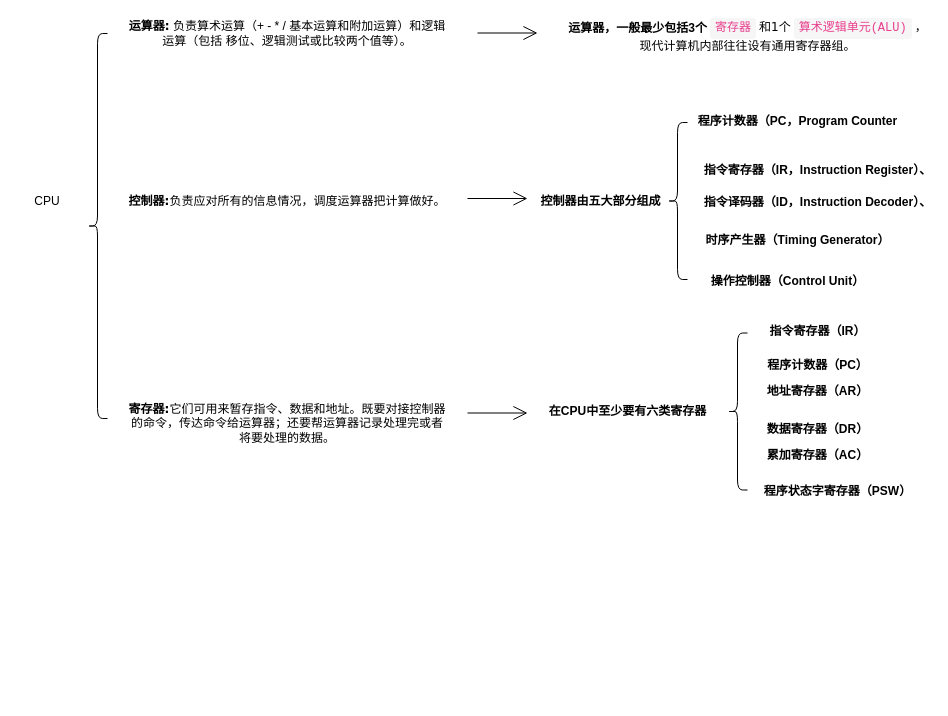
Before: 操作系统/计算机中CPU的组成.drawio in Chaimek/LearnPictures, a draw.io diagram. Source tidied: cells renumbered, new cells numbered last; positions are measured from the earlier drawing's top-left corner, leaving out a move shared by most shapes. Both pictures are drawn from the tidied source at 100%, with x=0, y=0 at pixel (17, 18).
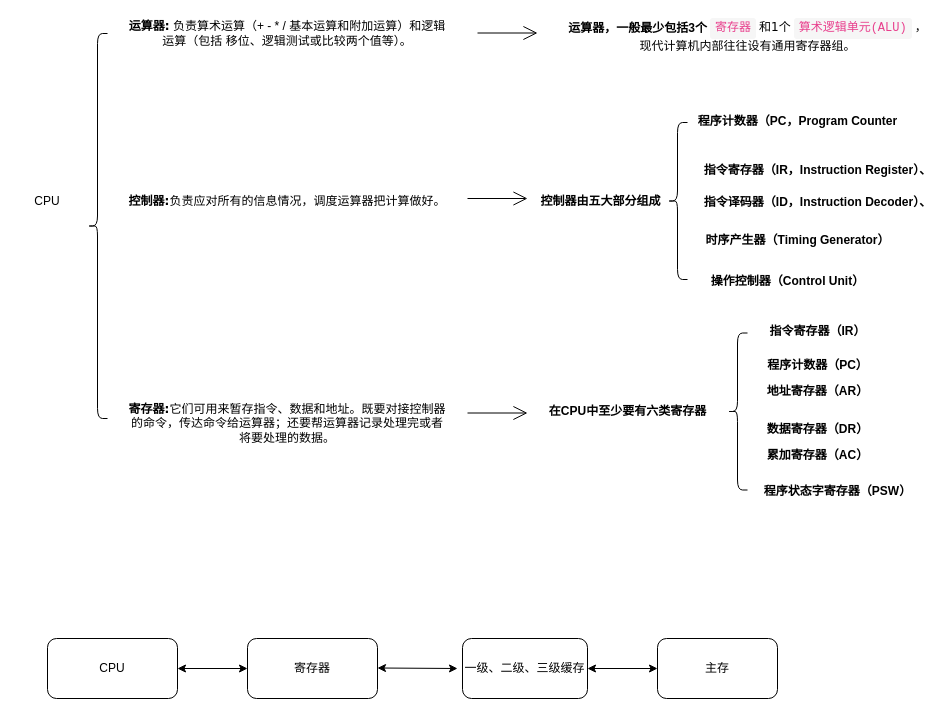
After the change.

Commit message (it also covers changes not shown here):
更新计算机中CPU的组成.drawio

What changed in the source:
```diff
@@
+    <mxCell id="26" value="CPU" style="rounded=1;whiteSpace=wrap;html=1;" parent="1" vertex="1">
+      <mxGeometry x="30" y="620" width="130" height="60" as="geometry" />
+    </mxCell>
+    <mxCell id="27" value="寄存器" style="rounded=1;whiteSpace=wrap;html=1;" parent="1" vertex="1">
+      <mxGeometry x="230" y="620" width="130" height="60" as="geometry" />
+    </mxCell>
+    <mxCell id="28" style="endArrow=classic;startArrow=classic;html=1;rounded=0;entryX=0;entryY=0.5;entryDx=0;entryDy=0;" parent="1" edge="1" target="27">
+      <mxGeometry relative="1" as="geometry">
+        <mxPoint x="160" y="650" as="sourcePoint" />
+      </mxGeometry>
+    </mxCell>
+    <mxCell id="29" value="一级、二级、三级缓存" style="rounded=1;whiteSpace=wrap;html=1;" parent="1" vertex="1">
+      <mxGeometry x="445" y="620" width="125" height="60" as="geometry" />
+    </mxCell>
+    <mxCell id="30" value="主存" style="rounded=1;whiteSpace=wrap;html=1;" parent="1" vertex="1">
+      <mxGeometry x="640" y="620" width="120" height="60" as="geometry" />
+    </mxCell>
+    <mxCell id="31" style="endArrow=classic;startArrow=classic;html=1;rounded=0;entryX=0;entryY=0.5;entryDx=0;entryDy=0;" parent="1" edge="1" target="30">
+      <mxGeometry relative="1" as="geometry">
+        <mxPoint x="570" y="650" as="sourcePoint" />
+      </mxGeometry>
+    </mxCell>
+    <mxCell id="32" style="endArrow=classic;startArrow=classic;html=1;rounded=0;" parent="1" edge="1">
+      <mxGeometry relative="1" as="geometry">
+        <mxPoint x="360" y="649.5" as="sourcePoint" />
+        <mxPoint x="440" y="650" as="targetPoint" />
+      </mxGeometry>
+    </mxCell>
```
